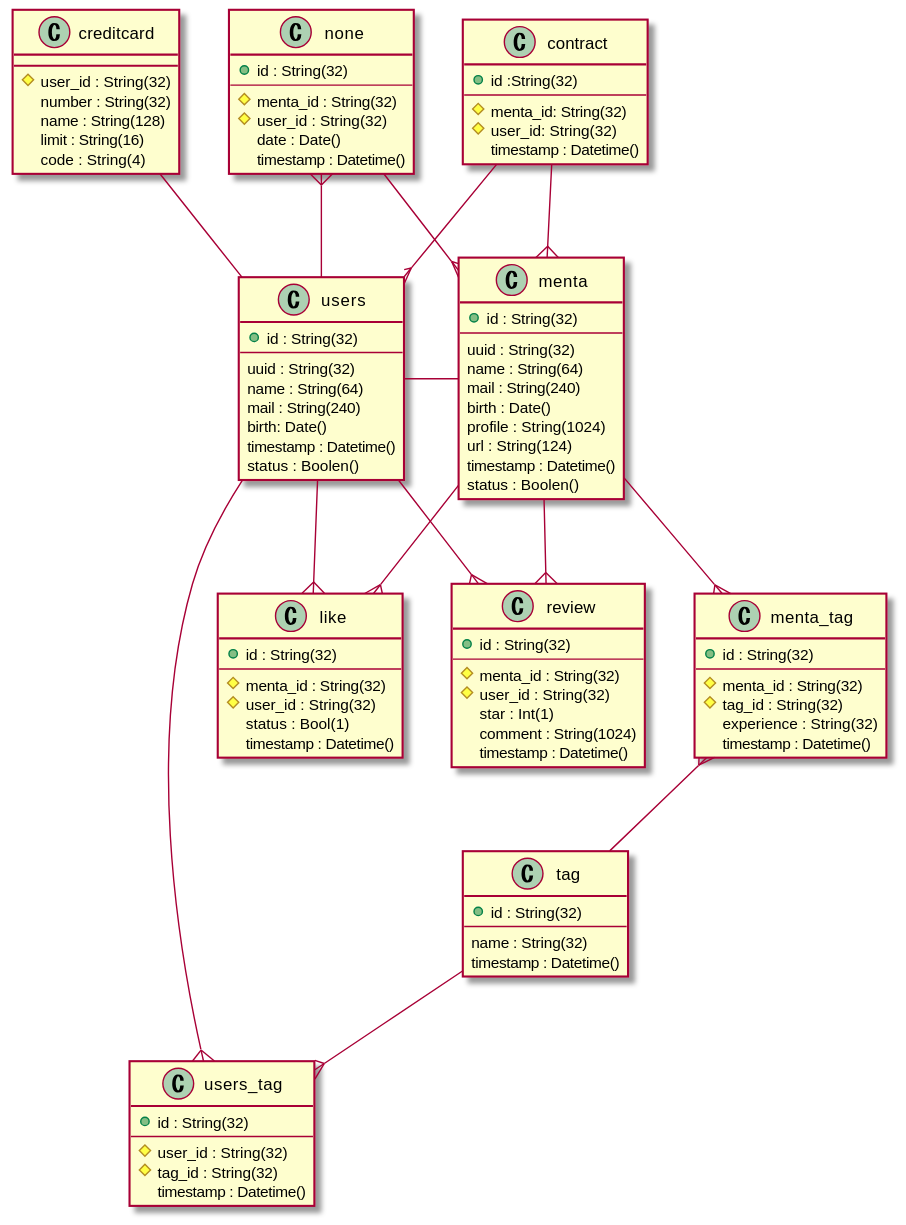
Before: out/er/ER.svg, a diagram exported from PlantUML (mitsuYashi/Mynt).
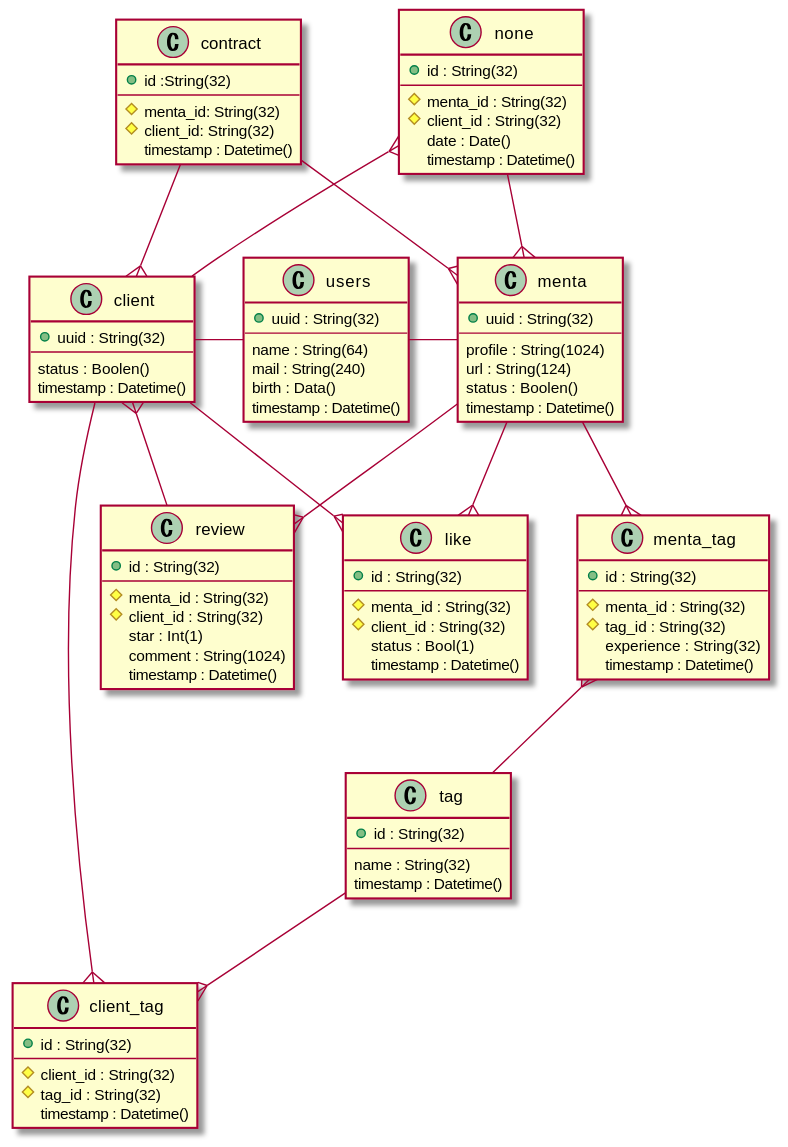
The same diagram one commit later.

Commit message:
change:dbの仕様変更

The edit, as a diff of the source:
```diff
@@ -1,34 +1,35 @@
 @startuml ER
 
 class users {
-    + id : String(32)
+    + uuid : String(32)
     ---
-    uuid : String(32)
     name : String(64)
     mail : String(240)
-    birth: Date()
+    birth : Data()
     timestamp : Datetime()
+}
+
+class client {
+    + uuid : String(32)
+    ---
     status : Boolen()
+    timestamp : Datetime()
 }
 
 class menta {
-    + id : String(32)
+    + uuid : String(32)
     ---
-    uuid : String(32)
-    name : String(64)
-    mail : String(240)
-    birth : Date()
     profile : String(1024)
     url : String(124)
+    status : Boolen()
     timestamp : Datetime()
-    status : Boolen()
 }
 
 class review {
     + id : String(32)
     ---
     # menta_id : String(32)
-    # user_id : String(32)
+    # client_id : String(32)
     star : Int(1)
     comment : String(1024)
     timestamp : Datetime()
@@ -41,10 +42,10 @@
     timestamp : Datetime()
 }
 
-class users_tag {
+class client_tag {
     + id : String(32)
     ---
-    # user_id : String(32)
+    # client_id : String(32)
     # tag_id : String(32)
     timestamp : Datetime()
 }
@@ -62,7 +63,7 @@
     + id : String(32)
     ---
     # menta_id : String(32)
-    # user_id : String(32)
+    # client_id : String(32)
     status : Bool(1)
     timestamp : Datetime()
 }
@@ -71,7 +72,7 @@
     + id :String(32)
     ---
     # menta_id: String(32)
-    # user_id: String(32)
+    # client_id: String(32)
     timestamp : Datetime()
 }
 
@@ -79,31 +80,24 @@
     + id : String(32)
     ---
     # menta_id : String(32)
-    # user_id : String(32)
+    # client_id : String(32)
     date : Date()
     timestamp : Datetime()
 }
 
-class creditcard {
-    # user_id : String(32)
-    number : String(32)
-    name : String(128)
-    limit : String(16)
-    code : String(4)
-}
 
+client - users
 users - menta
-users -{ like
+client --{ like
 menta --{ like
-contract --{ users
+contract --{ client
 contract --{ menta
-none }-- users
+none }-- client
 none --{ menta
-tag --{ users_tag
+tag --{ client_tag
 menta_tag }-- tag
-users -{ users_tag
+client -{ client_tag
 menta --{ menta_tag
-review }-- users
+client }-- review
 menta --{ review
-creditcard -- users
 @enduml
```
